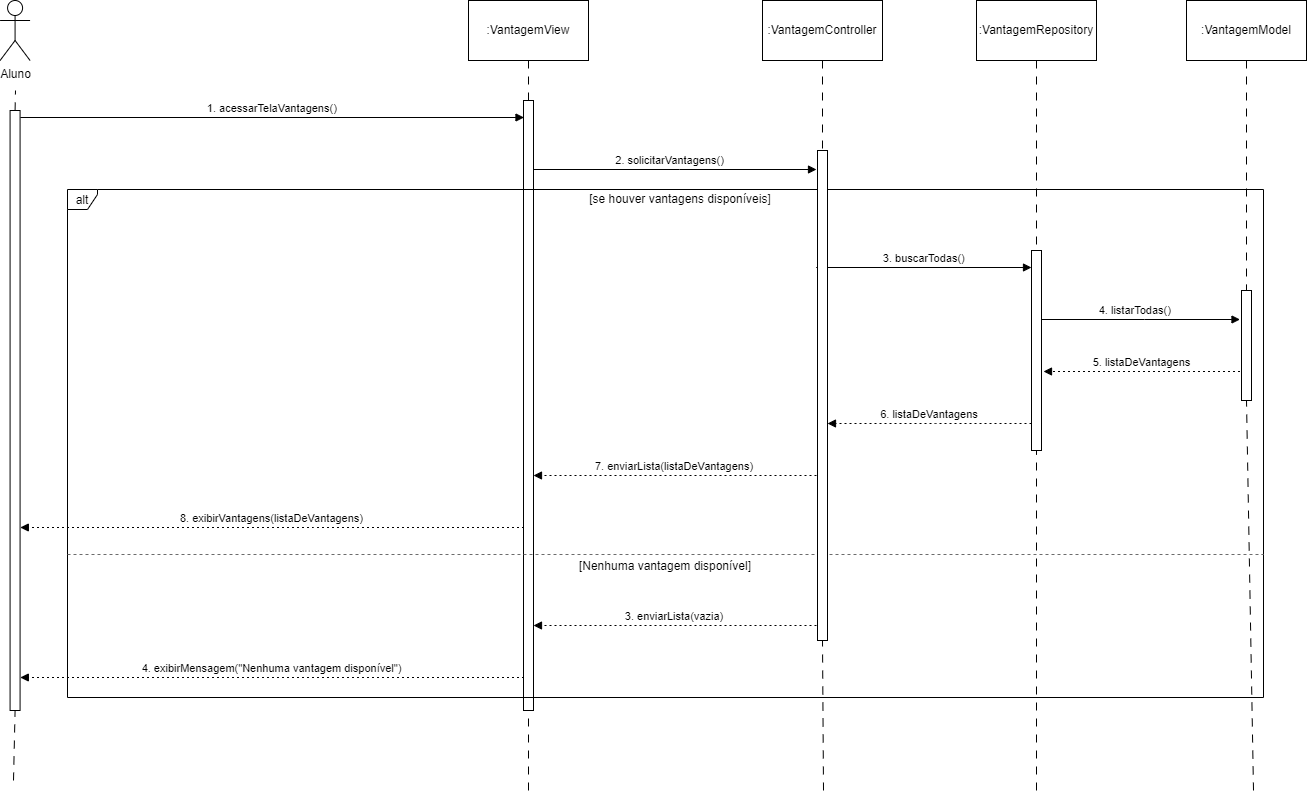
pedrolucas444/laboratorio-3 keeps this draw.io diagram as projeto/imagens/diagrama de sequencia visualizacao de vantagem.png. Above is the earlier version. Source tidied: cells renumbered, new cells last; positions are measured from the earlier drawing's top-left corner, leaving out a move shared by most shapes. Source of this version:
```xml
<mxGraphModel>
  <root>
    <mxCell id="0" />
    <mxCell id="1" parent="0" />
    <mxCell id="2" value="1. acessarTelaVantagens()" style="verticalAlign=bottom;edgeStyle=elbowEdgeStyle;elbow=vertical;curved=0;rounded=0;endArrow=block;" parent="1" edge="1">
      <mxGeometry relative="1" as="geometry">
        <mxPoint x="19.8" y="117" as="sourcePoint" />
        <mxPoint x="523.5" y="117" as="targetPoint" />
        <Array as="points">
          <mxPoint x="310" y="117" />
        </Array>
      </mxGeometry>
    </mxCell>
    <mxCell id="3" value="2. solicitarVantagens()" style="verticalAlign=bottom;edgeStyle=elbowEdgeStyle;elbow=vertical;curved=0;rounded=0;endArrow=block;" parent="1" edge="1">
      <mxGeometry relative="1" as="geometry">
        <mxPoint x="523.6" y="169" as="sourcePoint" />
        <mxPoint x="816" y="169" as="targetPoint" />
        <Array as="points">
          <mxPoint x="679" y="169" />
        </Array>
      </mxGeometry>
    </mxCell>
    <mxCell id="4" value="3. buscarTodas()" style="verticalAlign=bottom;edgeStyle=elbowEdgeStyle;elbow=vertical;curved=0;rounded=0;endArrow=block;" parent="1" edge="1">
      <mxGeometry relative="1" as="geometry">
        <mxPoint x="815.8" y="267" as="sourcePoint" />
        <mxPoint x="1031" y="267" as="targetPoint" />
        <Array as="points">
          <mxPoint x="932" y="267" />
        </Array>
      </mxGeometry>
    </mxCell>
    <mxCell id="5" value="4. listarTodas()" style="verticalAlign=bottom;edgeStyle=elbowEdgeStyle;elbow=vertical;curved=0;rounded=0;endArrow=block;" parent="1" edge="1">
      <mxGeometry relative="1" as="geometry">
        <mxPoint x="1030.8" y="319" as="sourcePoint" />
        <mxPoint x="1239.5" y="319" as="targetPoint" />
        <Array as="points">
          <mxPoint x="1144" y="319" />
        </Array>
      </mxGeometry>
    </mxCell>
    <mxCell id="6" value="5. listaDeVantagens" style="verticalAlign=bottom;edgeStyle=elbowEdgeStyle;elbow=vertical;curved=0;rounded=0;dashed=1;dashPattern=2 3;endArrow=block;entryX=1.2;entryY=0.605;entryDx=0;entryDy=0;entryPerimeter=0;" parent="1" edge="1" target="24">
      <mxGeometry relative="1" as="geometry">
        <mxPoint x="1239.5" y="371" as="sourcePoint" />
        <Array as="points">
          <mxPoint x="1147" y="371" />
        </Array>
      </mxGeometry>
    </mxCell>
    <mxCell id="7" value="6. listaDeVantagens" style="verticalAlign=bottom;edgeStyle=elbowEdgeStyle;elbow=vertical;curved=0;rounded=0;dashed=1;dashPattern=2 3;endArrow=block;" parent="1" edge="1" target="21">
      <mxGeometry relative="1" as="geometry">
        <mxPoint x="1031" y="423" as="sourcePoint" />
        <Array as="points">
          <mxPoint x="935" y="423" />
        </Array>
      </mxGeometry>
    </mxCell>
    <mxCell id="8" value="7. enviarLista(listaDeVantagens)" style="verticalAlign=bottom;edgeStyle=elbowEdgeStyle;elbow=vertical;curved=0;rounded=0;dashed=1;dashPattern=2 3;endArrow=block;" parent="1" edge="1" target="15">
      <mxGeometry relative="1" as="geometry">
        <mxPoint x="816" y="475" as="sourcePoint" />
        <Array as="points">
          <mxPoint x="682" y="475" />
        </Array>
      </mxGeometry>
    </mxCell>
    <mxCell id="9" value="8. exibirVantagens(listaDeVantagens)" style="verticalAlign=bottom;edgeStyle=elbowEdgeStyle;elbow=vertical;curved=0;rounded=0;dashed=1;dashPattern=2 3;endArrow=block;" parent="1" edge="1">
      <mxGeometry relative="1" as="geometry">
        <mxPoint x="523.5" y="527" as="sourcePoint" />
        <mxPoint x="19.8" y="527" as="targetPoint" />
        <Array as="points">
          <mxPoint x="313" y="527" />
        </Array>
      </mxGeometry>
    </mxCell>
    <mxCell id="10" value="3. enviarLista(vazia)" style="verticalAlign=bottom;edgeStyle=elbowEdgeStyle;elbow=vertical;curved=0;rounded=0;dashed=1;dashPattern=2 3;endArrow=block;" parent="1" edge="1" target="15">
      <mxGeometry relative="1" as="geometry">
        <mxPoint x="816" y="625" as="sourcePoint" />
        <Array as="points">
          <mxPoint x="682" y="625" />
        </Array>
      </mxGeometry>
    </mxCell>
    <mxCell id="11" value="4. exibirMensagem(&quot;Nenhuma vantagem disponível&quot;)" style="verticalAlign=bottom;edgeStyle=elbowEdgeStyle;elbow=vertical;curved=0;rounded=0;dashed=1;dashPattern=2 3;endArrow=block;" parent="1" edge="1">
      <mxGeometry relative="1" as="geometry">
        <mxPoint x="523.5" y="677" as="sourcePoint" />
        <mxPoint x="19.8" y="677" as="targetPoint" />
        <Array as="points">
          <mxPoint x="313" y="677" />
        </Array>
      </mxGeometry>
    </mxCell>
    <mxCell id="12" value="Aluno" style="shape=umlActor;verticalLabelPosition=bottom;verticalAlign=top;html=1;" parent="1" vertex="1">
      <mxGeometry x="-0.4" width="30" height="60" as="geometry" />
    </mxCell>
    <mxCell id="13" style="edgeStyle=orthogonalEdgeStyle;rounded=0;jettySize=auto;html=1;endArrow=none;startFill=0;entryX=0.5;entryY=0;entryDx=0;entryDy=0;dashed=1;dashPattern=8 8;" parent="1" edge="1" source="14" target="15">
      <mxGeometry relative="1" as="geometry" />
    </mxCell>
    <mxCell id="14" value=":VantagemView" style="rounded=0;whiteSpace=wrap;html=1;" parent="1" vertex="1">
      <mxGeometry x="468" width="120" height="60" as="geometry" />
    </mxCell>
    <mxCell id="15" style="rounded=0;whiteSpace=wrap;html=1;" parent="1" vertex="1">
      <mxGeometry x="523" y="100" width="10" height="610" as="geometry" />
    </mxCell>
    <mxCell id="16" value="alt" style="shape=umlFrame;strokeColor=#000000;height=20;width=30;" parent="1" vertex="1">
      <mxGeometry x="67" y="189" width="1196" height="508" as="geometry" />
    </mxCell>
    <mxCell id="17" value="[se houver vantagens disponíveis]" style="text;strokeColor=none;fillColor=none;align=center;verticalAlign=middle;whiteSpace=wrap;" parent="16" vertex="1">
      <mxGeometry x="30.3" width="1165.7" height="20" as="geometry" />
    </mxCell>
    <mxCell id="18" value="[Nenhuma vantagem disponível]" style="shape=line;dashed=1;whiteSpace=wrap;verticalAlign=top;labelPosition=center;verticalLabelPosition=middle;align=center;strokeColor=light-dark(#6C6C6C,#535353);" parent="16" vertex="1">
      <mxGeometry y="363" width="1196" height="4" as="geometry" />
    </mxCell>
    <mxCell id="19" style="edgeStyle=orthogonalEdgeStyle;rounded=0;jettySize=auto;html=1;endArrow=none;startFill=0;dashed=1;dashPattern=8 8;" parent="1" edge="1" source="20" target="21">
      <mxGeometry relative="1" as="geometry" />
    </mxCell>
    <mxCell id="20" value=":VantagemController" style="rounded=0;whiteSpace=wrap;html=1;" parent="1" vertex="1">
      <mxGeometry x="762" width="120" height="60" as="geometry" />
    </mxCell>
    <mxCell id="21" style="rounded=0;whiteSpace=wrap;html=1;" parent="1" vertex="1">
      <mxGeometry x="817" y="150" width="10" height="490" as="geometry" />
    </mxCell>
    <mxCell id="22" style="edgeStyle=orthogonalEdgeStyle;rounded=0;jettySize=auto;html=1;endArrow=none;startFill=0;dashed=1;dashPattern=8 8;" parent="1" edge="1" source="23" target="24">
      <mxGeometry relative="1" as="geometry" />
    </mxCell>
    <mxCell id="23" value=":VantagemRepository" style="rounded=0;whiteSpace=wrap;html=1;" parent="1" vertex="1">
      <mxGeometry x="976" width="120" height="60" as="geometry" />
    </mxCell>
    <mxCell id="24" style="rounded=0;whiteSpace=wrap;html=1;" parent="1" vertex="1">
      <mxGeometry x="1031" y="250" width="10" height="200" as="geometry" />
    </mxCell>
    <mxCell id="25" style="edgeStyle=orthogonalEdgeStyle;rounded=0;jettySize=auto;html=1;endArrow=none;startFill=0;dashed=1;dashPattern=8 8;" parent="1" edge="1" source="26" target="27">
      <mxGeometry relative="1" as="geometry" />
    </mxCell>
    <mxCell id="26" value=":VantagemModel" style="rounded=0;whiteSpace=wrap;html=1;" parent="1" vertex="1">
      <mxGeometry x="1186" width="120" height="60" as="geometry" />
    </mxCell>
    <mxCell id="27" style="rounded=0;whiteSpace=wrap;html=1;" parent="1" vertex="1">
      <mxGeometry x="1241" y="290" width="10" height="110" as="geometry" />
    </mxCell>
    <mxCell id="28" style="endArrow=none;html=1;rounded=0;entryX=0.5;entryY=1;entryDx=0;entryDy=0;dashed=1;dashPattern=8 8;" parent="1" edge="1" target="21">
      <mxGeometry relative="1" as="geometry">
        <mxPoint x="823" y="790" as="sourcePoint" />
      </mxGeometry>
    </mxCell>
    <mxCell id="29" style="endArrow=none;html=1;rounded=0;entryX=0.5;entryY=1;entryDx=0;entryDy=0;dashed=1;dashPattern=8 8;" parent="1" edge="1" target="15">
      <mxGeometry relative="1" as="geometry">
        <mxPoint x="528" y="790" as="sourcePoint" />
      </mxGeometry>
    </mxCell>
    <mxCell id="30" style="endArrow=none;html=1;rounded=0;entryX=0.5;entryY=1;entryDx=0;entryDy=0;dashed=1;dashPattern=8 8;" parent="1" edge="1" target="24">
      <mxGeometry relative="1" as="geometry">
        <mxPoint x="1036" y="790" as="sourcePoint" />
      </mxGeometry>
    </mxCell>
    <mxCell id="31" style="endArrow=none;html=1;rounded=0;entryX=0.5;entryY=1;entryDx=0;entryDy=0;dashed=1;dashPattern=8 8;" parent="1" edge="1" target="27">
      <mxGeometry relative="1" as="geometry">
        <mxPoint x="1253" y="790" as="sourcePoint" />
      </mxGeometry>
    </mxCell>
    <mxCell id="32" style="endArrow=none;html=1;rounded=0;exitX=0.5;exitY=0;exitDx=0;exitDy=0;dashed=1;dashPattern=8 8;" parent="1" edge="1">
      <mxGeometry relative="1" as="geometry">
        <mxPoint x="14.6" y="110" as="sourcePoint" />
        <mxPoint x="15" y="90" as="targetPoint" />
      </mxGeometry>
    </mxCell>
    <mxCell id="33" style="rounded=0;whiteSpace=wrap;html=1;" parent="1" vertex="1">
      <mxGeometry x="9.6" y="110" width="10" height="600" as="geometry" />
    </mxCell>
    <mxCell id="34" style="endArrow=none;html=1;rounded=0;entryX=0.5;entryY=1;entryDx=0;entryDy=0;dashed=1;dashPattern=8 8;" parent="1" edge="1" target="33">
      <mxGeometry relative="1" as="geometry">
        <mxPoint x="13" y="780" as="sourcePoint" />
      </mxGeometry>
    </mxCell>
  </root>
</mxGraphModel>
```
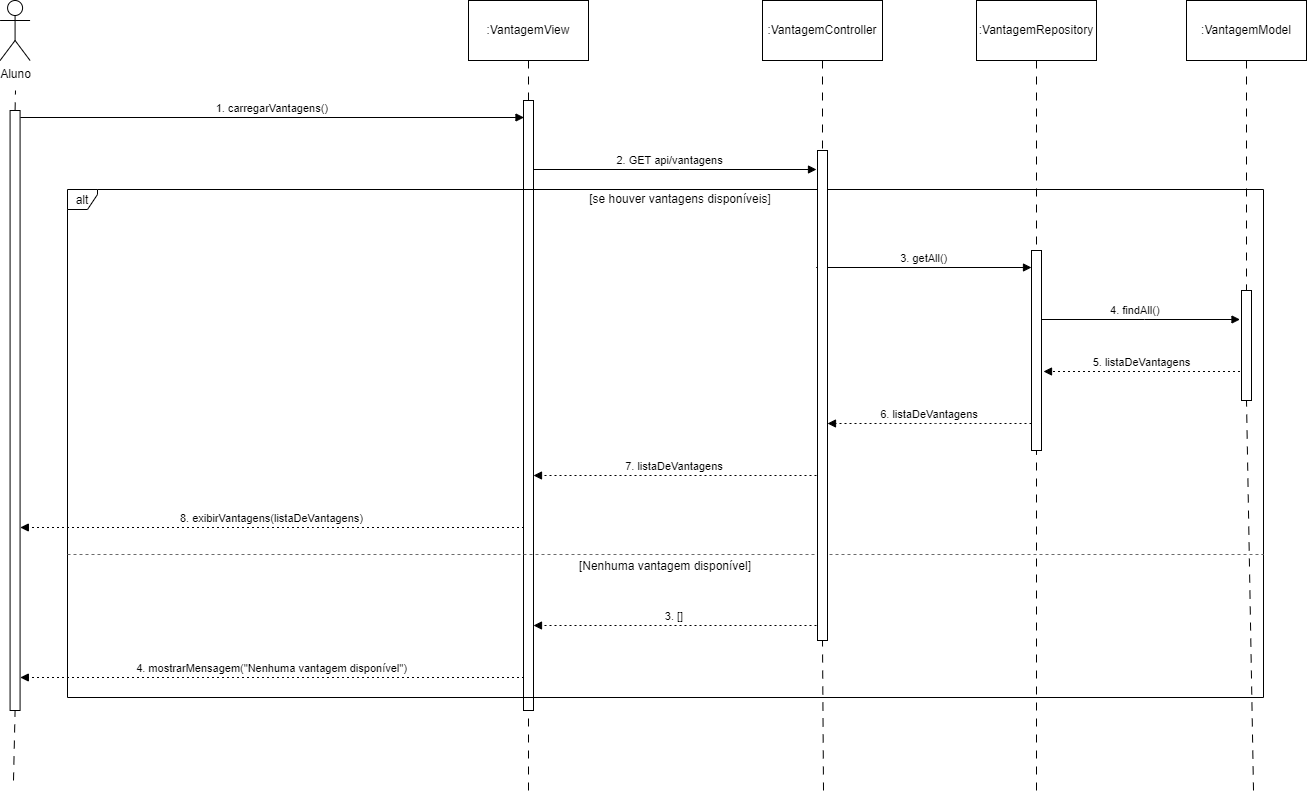
The same diagram one commit later.

What changed in the source:
```diff
@@ -2,7 +2,7 @@
   <root>
     <mxCell id="0" />
     <mxCell id="1" parent="0" />
-    <mxCell id="2" value="1. acessarTelaVantagens()" style="verticalAlign=bottom;edgeStyle=elbowEdgeStyle;elbow=vertical;curved=0;rounded=0;endArrow=block;" parent="1" edge="1">
+    <mxCell id="2" value="1. carregarVantagens()" style="verticalAlign=bottom;edgeStyle=elbowEdgeStyle;elbow=vertical;curved=0;rounded=0;endArrow=block;" parent="1" edge="1">
       <mxGeometry relative="1" as="geometry">
         <mxPoint x="19.8" y="117" as="sourcePoint" />
         <mxPoint x="523.5" y="117" as="targetPoint" />
@@ -11,7 +11,7 @@
         </Array>
       </mxGeometry>
     </mxCell>
-    <mxCell id="3" value="2. solicitarVantagens()" style="verticalAlign=bottom;edgeStyle=elbowEdgeStyle;elbow=vertical;curved=0;rounded=0;endArrow=block;" parent="1" edge="1">
+    <mxCell id="3" value="2. GET api/vantagens" style="verticalAlign=bottom;edgeStyle=elbowEdgeStyle;elbow=vertical;curved=0;rounded=0;endArrow=block;" parent="1" edge="1">
       <mxGeometry relative="1" as="geometry">
         <mxPoint x="523.6" y="169" as="sourcePoint" />
         <mxPoint x="816" y="169" as="targetPoint" />
@@ -20,7 +20,7 @@
         </Array>
       </mxGeometry>
     </mxCell>
-    <mxCell id="4" value="3. buscarTodas()" style="verticalAlign=bottom;edgeStyle=elbowEdgeStyle;elbow=vertical;curved=0;rounded=0;endArrow=block;" parent="1" edge="1">
+    <mxCell id="4" value="3. getAll()" style="verticalAlign=bottom;edgeStyle=elbowEdgeStyle;elbow=vertical;curved=0;rounded=0;endArrow=block;" parent="1" edge="1">
       <mxGeometry relative="1" as="geometry">
         <mxPoint x="815.8" y="267" as="sourcePoint" />
         <mxPoint x="1031" y="267" as="targetPoint" />
@@ -29,7 +29,7 @@
         </Array>
       </mxGeometry>
     </mxCell>
-    <mxCell id="5" value="4. listarTodas()" style="verticalAlign=bottom;edgeStyle=elbowEdgeStyle;elbow=vertical;curved=0;rounded=0;endArrow=block;" parent="1" edge="1">
+    <mxCell id="5" value="4. findAll()" style="verticalAlign=bottom;edgeStyle=elbowEdgeStyle;elbow=horizontal;curved=0;rounded=0;endArrow=block;" parent="1" edge="1">
       <mxGeometry relative="1" as="geometry">
         <mxPoint x="1030.8" y="319" as="sourcePoint" />
         <mxPoint x="1239.5" y="319" as="targetPoint" />
@@ -54,7 +54,7 @@
         </Array>
       </mxGeometry>
     </mxCell>
-    <mxCell id="8" value="7. enviarLista(listaDeVantagens)" style="verticalAlign=bottom;edgeStyle=elbowEdgeStyle;elbow=vertical;curved=0;rounded=0;dashed=1;dashPattern=2 3;endArrow=block;" parent="1" edge="1" target="15">
+    <mxCell id="8" value="7. listaDeVantagens" style="verticalAlign=bottom;edgeStyle=elbowEdgeStyle;elbow=vertical;curved=0;rounded=0;dashed=1;dashPattern=2 3;endArrow=block;" parent="1" edge="1" target="15">
       <mxGeometry relative="1" as="geometry">
         <mxPoint x="816" y="475" as="sourcePoint" />
         <Array as="points">
@@ -71,7 +71,7 @@
         </Array>
       </mxGeometry>
     </mxCell>
-    <mxCell id="10" value="3. enviarLista(vazia)" style="verticalAlign=bottom;edgeStyle=elbowEdgeStyle;elbow=vertical;curved=0;rounded=0;dashed=1;dashPattern=2 3;endArrow=block;" parent="1" edge="1" target="15">
+    <mxCell id="10" value="3. []" style="verticalAlign=bottom;edgeStyle=elbowEdgeStyle;elbow=horizontal;curved=0;rounded=0;dashed=1;dashPattern=2 3;endArrow=block;" parent="1" edge="1" target="15">
       <mxGeometry relative="1" as="geometry">
         <mxPoint x="816" y="625" as="sourcePoint" />
         <Array as="points">
@@ -79,7 +79,7 @@
         </Array>
       </mxGeometry>
     </mxCell>
-    <mxCell id="11" value="4. exibirMensagem(&quot;Nenhuma vantagem disponível&quot;)" style="verticalAlign=bottom;edgeStyle=elbowEdgeStyle;elbow=vertical;curved=0;rounded=0;dashed=1;dashPattern=2 3;endArrow=block;" parent="1" edge="1">
+    <mxCell id="11" value="4. mostrarMensagem(&quot;Nenhuma vantagem disponível&quot;)" style="verticalAlign=bottom;edgeStyle=elbowEdgeStyle;elbow=vertical;curved=0;rounded=0;dashed=1;dashPattern=2 3;endArrow=block;" parent="1" edge="1">
       <mxGeometry relative="1" as="geometry">
         <mxPoint x="523.5" y="677" as="sourcePoint" />
         <mxPoint x="19.8" y="677" as="targetPoint" />
```
